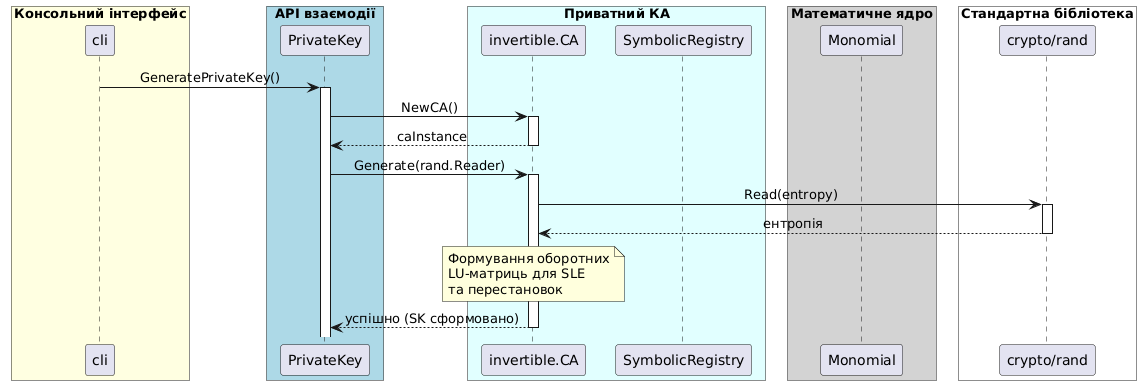
Before: docs/diagrams/sk-generation_sequence.png, a diagram exported from PlantUML (staleread/aquila). Its diagram source:
```plantuml
@startuml
skinparam BoxPadding 10
skinparam ParticipantPadding 10
skinparam Shadowing false
skinparam SequenceMessageAlign center

box "Консольний інтерфейс" #LightYellow
participant "cli" as CLI
end box

box "API взаємодії" #LightBlue
participant "PrivateKey" as PK
end box

box "Приватний КА" #LightCyan
participant "invertible.CA" as ICA
participant "SymbolicRegistry" as SR
end box

box "Математичне ядро" #LightGray
participant "Monomial" as Mon
end box

box "Стандартна бібліотека" #White
participant "crypto/rand" as Rand
end box

CLI -> PK : GeneratePrivateKey()
activate PK

PK -> ICA : NewCA()
activate ICA
ICA --> PK : caInstance
deactivate ICA

PK -> ICA : Generate(rand.Reader)
activate ICA

ICA -> Rand : Read(entropy)
activate Rand
Rand --> ICA : ентропія
deactivate Rand

note over ICA
  Формування оборотних
  LU-матриць для SLE
  та перестановок
end note

ICA --> PK : успішно (SK сформовано)
deactivate ICA
@enduml
```
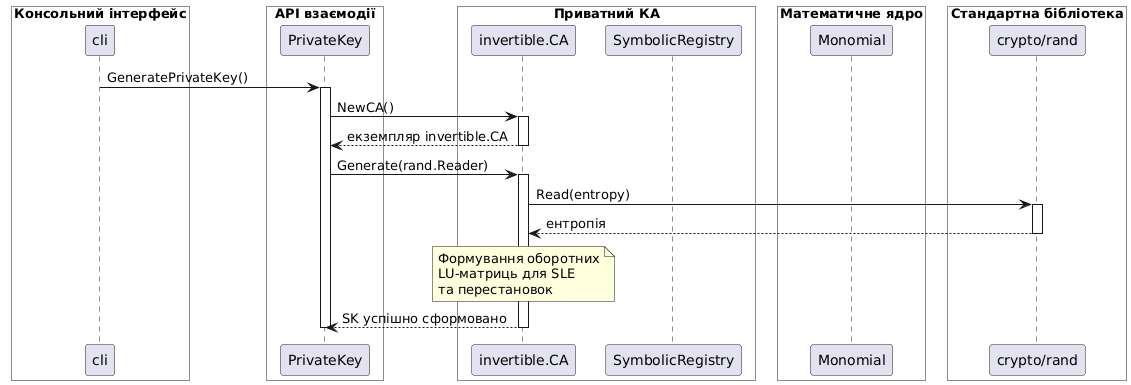
After the commit.

Commit message:
Adapt diagrams to black-white printing

Diff of the diagram source:
```diff
@@ -1,52 +1,52 @@
 @startuml
 skinparam BoxPadding 10
 skinparam ParticipantPadding 10
-skinparam Shadowing false
-skinparam SequenceMessageAlign center
 
-box "Консольний інтерфейс" #LightYellow
-participant "cli" as CLI
+box "Консольний інтерфейс" #FFFFFF
+participant cli
 end box
 
-box "API взаємодії" #LightBlue
-participant "PrivateKey" as PK
+box "API взаємодії" #FFFFFF
+participant PrivateKey
 end box
 
-box "Приватний КА" #LightCyan
-participant "invertible.CA" as ICA
-participant "SymbolicRegistry" as SR
+box "Приватний КА" #FFFFFF
+participant "invertible.CA" as invertibleCA
+participant SymbolicRegistry
 end box
 
-box "Математичне ядро" #LightGray
-participant "Monomial" as Mon
+box "Математичне ядро" #FFFFFF
+participant Monomial
 end box
 
-box "Стандартна бібліотека" #White
-participant "crypto/rand" as Rand
+box "Стандартна бібліотека" #FFFFFF
+participant "crypto/rand" as cryptoRand
 end box
 
-CLI -> PK : GeneratePrivateKey()
-activate PK
+cli -> PrivateKey : GeneratePrivateKey()
+activate PrivateKey
 
-PK -> ICA : NewCA()
-activate ICA
-ICA --> PK : caInstance
-deactivate ICA
+PrivateKey -> invertibleCA : NewCA()
+activate invertibleCA
+invertibleCA --> PrivateKey : екземпляр invertible.CA
+deactivate invertibleCA
 
-PK -> ICA : Generate(rand.Reader)
-activate ICA
+PrivateKey -> invertibleCA : Generate(rand.Reader)
+activate invertibleCA
 
-ICA -> Rand : Read(entropy)
-activate Rand
-Rand --> ICA : ентропія
-deactivate Rand
+invertibleCA -> cryptoRand : Read(entropy)
+activate cryptoRand
+cryptoRand --> invertibleCA : ентропія
+deactivate cryptoRand
 
-note over ICA
-  Формування оборотних
-  LU-матриць для SLE
-  та перестановок
+note over invertibleCA
+    Формування оборотних
+    LU-матриць для SLE
+    та перестановок
 end note
 
-ICA --> PK : успішно (SK сформовано)
-deactivate ICA
+invertibleCA --> PrivateKey : SK успішно сформовано
+deactivate invertibleCA
+
+deactivate PrivateKey
 @enduml
```
